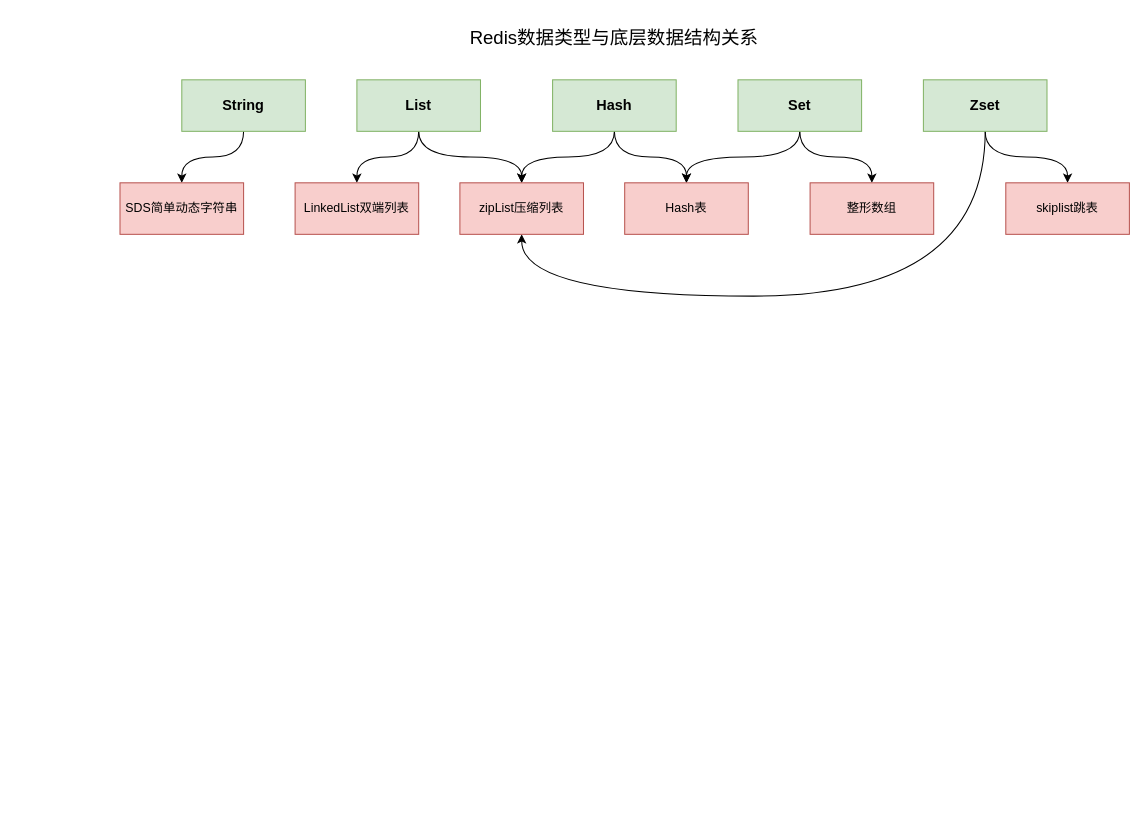
Earlier version of the draw.io diagram Reids学习.drawio (huyun0614/draw.io). Source tidied: cells renumbered, new cells numbered last; positions are measured from the earlier drawing's top-left corner, leaving out a move shared by most shapes. Both pictures are drawn from the tidied source at 103%, with x=0, y=0 at pixel (119, 18).
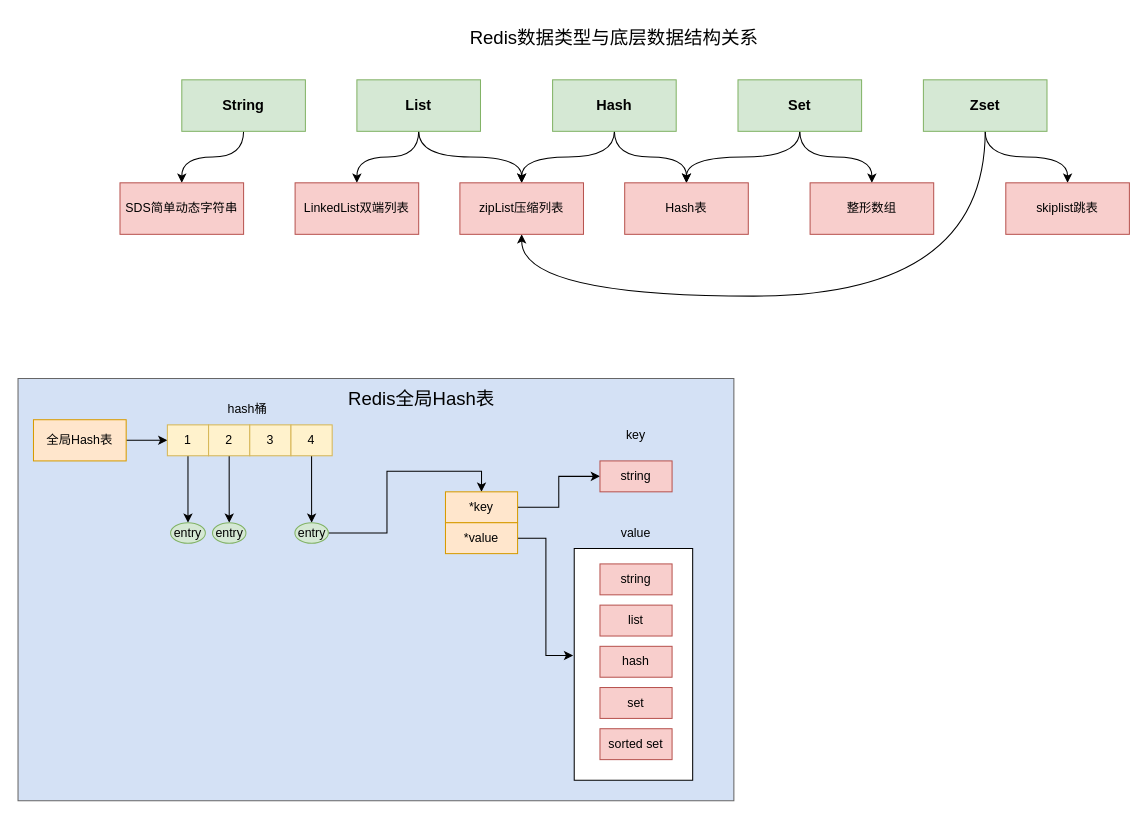
Above is the later version.

What changed in the source:
```diff
@@
+    <mxCell id="23" style="verticalLabelPosition=bottom;verticalAlign=top;html=1;shape=mxgraph.basic.rect;fillColor2=none;strokeWidth=1;size=20;indent=5;strokeColor=#666666;fontColor=#333333;fillColor=#D4E1F5;" parent="1" vertex="1">
+      <mxGeometry x="-99" y="350" width="695" height="410" as="geometry" />
+    </mxCell>
+    <mxCell id="24" style="verticalLabelPosition=bottom;verticalAlign=top;html=1;shape=mxgraph.basic.rect;fillColor2=none;strokeWidth=1;size=20;indent=5;" parent="1" vertex="1">
+      <mxGeometry x="441" y="515" width="115" height="225" as="geometry" />
+    </mxCell>
@@
+    <mxCell id="25" style="edgeStyle=orthogonalEdgeStyle;rounded=0;jettySize=auto;html=1;entryX=0;entryY=0.5;entryDx=0;entryDy=0;" parent="1" edge="1" source="26" target="28">
+      <mxGeometry relative="1" as="geometry" />
+    </mxCell>
+    <mxCell id="26" value="全局Hash表" style="rounded=0;whiteSpace=wrap;html=1;fillColor=#ffe6cc;strokeColor=#d79b00;" parent="1" vertex="1">
+      <mxGeometry x="-84" y="390" width="90" height="40" as="geometry" />
+    </mxCell>
+    <mxCell id="27" style="edgeStyle=orthogonalEdgeStyle;rounded=0;jettySize=auto;html=1;" parent="1" edge="1" source="28">
+      <mxGeometry relative="1" as="geometry">
+        <mxPoint x="66" y="490" as="targetPoint" />
+      </mxGeometry>
+    </mxCell>
+    <mxCell id="28" value="1" style="rounded=0;whiteSpace=wrap;html=1;fillColor=#fff2cc;strokeColor=#d6b656;" parent="1" vertex="1">
+      <mxGeometry x="46" y="395" width="40" height="30" as="geometry" />
+    </mxCell>
+    <mxCell id="29" style="edgeStyle=orthogonalEdgeStyle;rounded=0;jettySize=auto;html=1;" parent="1" edge="1" source="30" target="35">
+      <mxGeometry relative="1" as="geometry" />
+    </mxCell>
+    <mxCell id="30" value="2" style="rounded=0;whiteSpace=wrap;html=1;fillColor=#fff2cc;strokeColor=#d6b656;" parent="1" vertex="1">
+      <mxGeometry x="86" y="395" width="40" height="30" as="geometry" />
+    </mxCell>
+    <mxCell id="31" value="3" style="rounded=0;whiteSpace=wrap;html=1;fillColor=#fff2cc;strokeColor=#d6b656;" parent="1" vertex="1">
+      <mxGeometry x="126" y="395" width="40" height="30" as="geometry" />
+    </mxCell>
+    <mxCell id="32" style="edgeStyle=orthogonalEdgeStyle;rounded=0;jettySize=auto;html=1;" parent="1" edge="1" source="33" target="37">
+      <mxGeometry relative="1" as="geometry" />
+    </mxCell>
+    <mxCell id="33" value="4" style="rounded=0;whiteSpace=wrap;html=1;fillColor=#fff2cc;strokeColor=#d6b656;" parent="1" vertex="1">
+      <mxGeometry x="166" y="395" width="40" height="30" as="geometry" />
+    </mxCell>
+    <mxCell id="34" value="entry" style="ellipse;whiteSpace=wrap;html=1;fillColor=#d5e8d4;strokeColor=#82b366;" parent="1" vertex="1">
+      <mxGeometry x="49.1" y="490" width="33.8" height="20" as="geometry" />
+    </mxCell>
+    <mxCell id="35" value="entry" style="ellipse;whiteSpace=wrap;html=1;fillColor=#d5e8d4;strokeColor=#82b366;" parent="1" vertex="1">
+      <mxGeometry x="89.8" y="490" width="32.5" height="20" as="geometry" />
+    </mxCell>
+    <mxCell id="36" style="edgeStyle=orthogonalEdgeStyle;rounded=0;jettySize=auto;html=1;entryX=0.5;entryY=0;entryDx=0;entryDy=0;" parent="1" edge="1" source="37" target="39">
+      <mxGeometry relative="1" as="geometry" />
+    </mxCell>
+    <mxCell id="37" value="entry" style="ellipse;whiteSpace=wrap;html=1;fillColor=#d5e8d4;strokeColor=#82b366;" parent="1" vertex="1">
+      <mxGeometry x="169.8" y="490" width="32.5" height="20" as="geometry" />
+    </mxCell>
+    <mxCell id="38" style="edgeStyle=orthogonalEdgeStyle;rounded=0;jettySize=auto;html=1;entryX=0;entryY=0.5;entryDx=0;entryDy=0;" parent="1" edge="1" source="39" target="42">
+      <mxGeometry relative="1" as="geometry" />
+    </mxCell>
+    <mxCell id="39" value="*key" style="rounded=0;whiteSpace=wrap;html=1;fillColor=#ffe6cc;strokeColor=#d79b00;" parent="1" vertex="1">
+      <mxGeometry x="316" y="460" width="70" height="30" as="geometry" />
+    </mxCell>
+    <mxCell id="40" style="edgeStyle=orthogonalEdgeStyle;rounded=0;jettySize=auto;html=1;entryX=-0.009;entryY=0.462;entryDx=0;entryDy=0;entryPerimeter=0;" parent="1" edge="1" source="41" target="24">
+      <mxGeometry relative="1" as="geometry" />
+    </mxCell>
+    <mxCell id="41" value="*value" style="rounded=0;whiteSpace=wrap;html=1;fillColor=#ffe6cc;strokeColor=#d79b00;" parent="1" vertex="1">
+      <mxGeometry x="316" y="490" width="70" height="30" as="geometry" />
+    </mxCell>
+    <mxCell id="42" value="string" style="rounded=0;whiteSpace=wrap;html=1;fillColor=#f8cecc;strokeColor=#b85450;" parent="1" vertex="1">
+      <mxGeometry x="466" y="430" width="70" height="30" as="geometry" />
+    </mxCell>
+    <mxCell id="43" value="string" style="rounded=0;whiteSpace=wrap;html=1;fillColor=#f8cecc;strokeColor=#b85450;" parent="1" vertex="1">
+      <mxGeometry x="466" y="530" width="70" height="30" as="geometry" />
+    </mxCell>
+    <mxCell id="44" value="list" style="rounded=0;whiteSpace=wrap;html=1;fillColor=#f8cecc;strokeColor=#b85450;" parent="1" vertex="1">
+      <mxGeometry x="466" y="570" width="70" height="30" as="geometry" />
+    </mxCell>
+    <mxCell id="45" value="hash" style="rounded=0;whiteSpace=wrap;html=1;fillColor=#f8cecc;strokeColor=#b85450;" parent="1" vertex="1">
+      <mxGeometry x="466" y="610" width="70" height="30" as="geometry" />
+    </mxCell>
+    <mxCell id="46" value="set" style="rounded=0;whiteSpace=wrap;html=1;fillColor=#f8cecc;strokeColor=#b85450;" parent="1" vertex="1">
+      <mxGeometry x="466" y="650" width="70" height="30" as="geometry" />
+    </mxCell>
+    <mxCell id="47" value="sorted set" style="rounded=0;whiteSpace=wrap;html=1;fillColor=#f8cecc;strokeColor=#b85450;" parent="1" vertex="1">
+      <mxGeometry x="466" y="690" width="70" height="30" as="geometry" />
+    </mxCell>
+    <mxCell id="48" value="key" style="text;html=1;strokeColor=none;fillColor=none;align=center;verticalAlign=middle;whiteSpace=wrap;rounded=0;" parent="1" vertex="1">
+      <mxGeometry x="481" y="395" width="40" height="20" as="geometry" />
+    </mxCell>
+    <mxCell id="49" value="value" style="text;html=1;strokeColor=none;fillColor=none;align=center;verticalAlign=middle;whiteSpace=wrap;rounded=0;" parent="1" vertex="1">
+      <mxGeometry x="481" y="490" width="40" height="20" as="geometry" />
+    </mxCell>
+    <mxCell id="50" value="&lt;font style=&quot;font-size: 18px&quot;&gt;Redis全局Hash表&lt;/font&gt;" style="text;html=1;strokeColor=none;fillColor=none;align=center;verticalAlign=middle;whiteSpace=wrap;rounded=0;" parent="1" vertex="1">
+      <mxGeometry x="210" y="360" width="166" height="20" as="geometry" />
+    </mxCell>
+    <mxCell id="51" value="hash桶" style="text;html=1;strokeColor=none;fillColor=none;align=center;verticalAlign=middle;whiteSpace=wrap;rounded=0;" parent="1" vertex="1">
+      <mxGeometry x="96" y="370" width="56" height="20" as="geometry" />
+    </mxCell>
```
